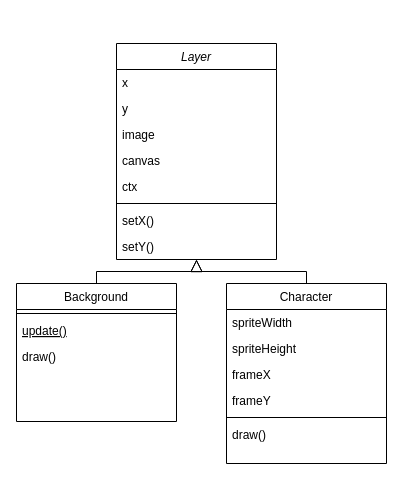
nighthawkcoders/teacher_portfolio keeps this draw.io diagram as classDiagram.drawio. Above is the earlier version. Source tidied: cells renumbered, new cells numbered last; positions are measured from the earlier drawing's top-left corner, leaving out a move shared by most shapes. Both pictures are drawn from the tidied source at 100%, with x=0, y=0 at pixel (16, 43).
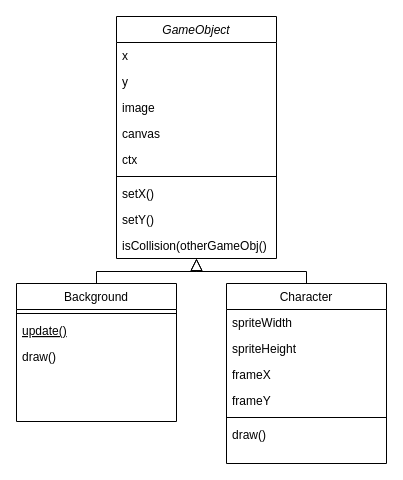
Above is the later version.

Commit message (it also covers changes not shown here):
Add isCollision method

What changed in the source:
```diff
@@
-    <mxCell id="2" value="Layer" style="swimlane;fontStyle=2;align=center;verticalAlign=top;horizontal=1;startSize=26;rounded=0;shadow=0;strokeWidth=1;" parent="1" vertex="1">
-      <mxGeometry x="100" width="160" height="216" as="geometry" />
+    <mxCell id="2" value="GameObject" style="swimlane;fontStyle=2;align=center;verticalAlign=top;horizontal=1;startSize=26;rounded=0;shadow=0;strokeWidth=1;" parent="1" vertex="1">
+      <mxGeometry x="100" y="-27" width="160" height="242" as="geometry" />
     </mxCell>
@@
+    <mxCell id="24" value="isCollision(otherGameObj()" style="text;align=left;verticalAlign=top;spacingLeft=4;spacingRight=4;overflow=hidden;" parent="2" vertex="1">
+      <mxGeometry y="216" width="160" height="26" as="geometry" />
+    </mxCell>
```
